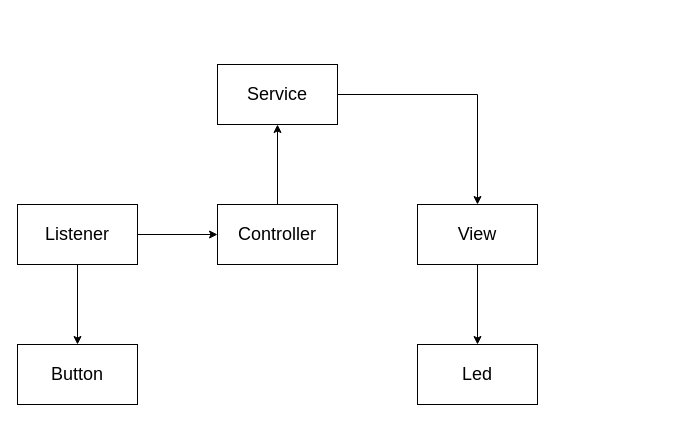
Before: page "페이지-1" (1 of 3) of sw_design/architecture.drawio in ekgh2002/StnadLight_Clock, a draw.io diagram. Source tidied: cells renumbered, new cells numbered last; positions are measured from the earlier drawing's top-left corner, leaving out a move shared by most shapes. Both pictures are drawn from the tidied source at 100%, with x=0, y=0 at pixel (17, 64).
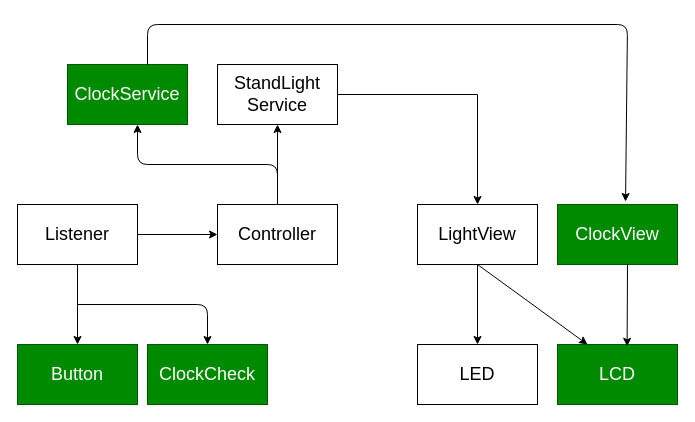
The same page after the edit.

Diff of the diagram source:
```diff
@@
-    <mxCell id="2" value="Button" style="whiteSpace=wrap;html=1;fontSize=18;" parent="1" vertex="1">
+    <mxCell id="2" value="Button" style="whiteSpace=wrap;html=1;fontSize=18;fillColor=#008a00;fontColor=#ffffff;strokeColor=#005700;" parent="1" vertex="1">
       <mxGeometry y="280" width="120" height="60" as="geometry" />
     </mxCell>
@@
-    <mxCell id="9" value="View" style="whiteSpace=wrap;html=1;fontSize=18;" parent="1" vertex="1">
+    <mxCell id="9" value="LightView" style="whiteSpace=wrap;html=1;fontSize=18;" parent="1" vertex="1">
       <mxGeometry x="400" y="140" width="120" height="60" as="geometry" />
     </mxCell>
-    <mxCell id="10" value="Led" style="whiteSpace=wrap;html=1;fontSize=18;" parent="1" vertex="1">
+    <mxCell id="10" value="LED" style="whiteSpace=wrap;html=1;fontSize=18;" parent="1" vertex="1">
       <mxGeometry x="400" y="280" width="120" height="60" as="geometry" />
     </mxCell>
@@
-    <mxCell id="12" value="Service" style="whiteSpace=wrap;html=1;fontSize=18;" parent="1" vertex="1">
+    <mxCell id="12" value="StandLight&lt;br&gt;Service" style="whiteSpace=wrap;html=1;fontSize=18;" parent="1" vertex="1">
       <mxGeometry x="200" width="120" height="60" as="geometry" />
     </mxCell>
+    <mxCell id="13" value="LCD" style="whiteSpace=wrap;html=1;fontSize=18;fillColor=#008a00;fontColor=#ffffff;strokeColor=#005700;" parent="1" vertex="1">
+      <mxGeometry x="540" y="280" width="120" height="60" as="geometry" />
+    </mxCell>
+    <mxCell id="14" value="ClockService" style="whiteSpace=wrap;html=1;fontSize=18;fillColor=#008a00;fontColor=#ffffff;strokeColor=#005700;" parent="1" vertex="1">
+      <mxGeometry x="50" width="120" height="60" as="geometry" />
+    </mxCell>
+    <mxCell id="15" style="endArrow=classic;html=1;" parent="1" edge="1">
+      <mxGeometry relative="1" as="geometry">
+        <mxPoint x="260" y="140" as="sourcePoint" />
+        <mxPoint x="120" y="60" as="targetPoint" />
+        <Array as="points">
+          <mxPoint x="260" y="100" />
+          <mxPoint x="120" y="100" />
+        </Array>
+      </mxGeometry>
+    </mxCell>
+    <mxCell id="16" style="endArrow=classic;html=1;entryX=0.567;entryY=-0.05;entryDx=0;entryDy=0;entryPerimeter=0;" parent="1" edge="1" target="17">
+      <mxGeometry relative="1" as="geometry">
+        <mxPoint x="130" as="sourcePoint" />
+        <Array as="points">
+          <mxPoint x="130" y="-40" />
+          <mxPoint x="610" y="-40" />
+        </Array>
+      </mxGeometry>
+    </mxCell>
+    <mxCell id="17" value="ClockView" style="whiteSpace=wrap;html=1;fontSize=18;fillColor=#008a00;fontColor=#ffffff;strokeColor=#005700;" parent="1" vertex="1">
+      <mxGeometry x="540" y="140" width="120" height="60" as="geometry" />
+    </mxCell>
+    <mxCell id="18" style="endArrow=classic;html=1;entryX=0.58;entryY=0.03;entryDx=0;entryDy=0;entryPerimeter=0;" parent="1" edge="1" target="13">
+      <mxGeometry relative="1" as="geometry">
+        <mxPoint x="610" y="200" as="sourcePoint" />
+      </mxGeometry>
+    </mxCell>
+    <mxCell id="19" value="ClockCheck" style="whiteSpace=wrap;html=1;fontSize=18;fillColor=#008a00;fontColor=#ffffff;strokeColor=#005700;" parent="1" vertex="1">
+      <mxGeometry x="130" y="280" width="120" height="60" as="geometry" />
+    </mxCell>
+    <mxCell id="20" style="endArrow=classic;html=1;entryX=0.5;entryY=0;entryDx=0;entryDy=0;" parent="1" edge="1" target="19">
+      <mxGeometry relative="1" as="geometry">
+        <mxPoint x="60" y="240" as="sourcePoint" />
+        <Array as="points">
+          <mxPoint x="190" y="240" />
+        </Array>
+      </mxGeometry>
+    </mxCell>
+    <mxCell id="21" style="endArrow=classic;html=1;entryX=0.25;entryY=0;entryDx=0;entryDy=0;" parent="1" edge="1" target="13">
+      <mxGeometry relative="1" as="geometry">
+        <mxPoint x="460" y="200" as="sourcePoint" />
+      </mxGeometry>
+    </mxCell>
```
